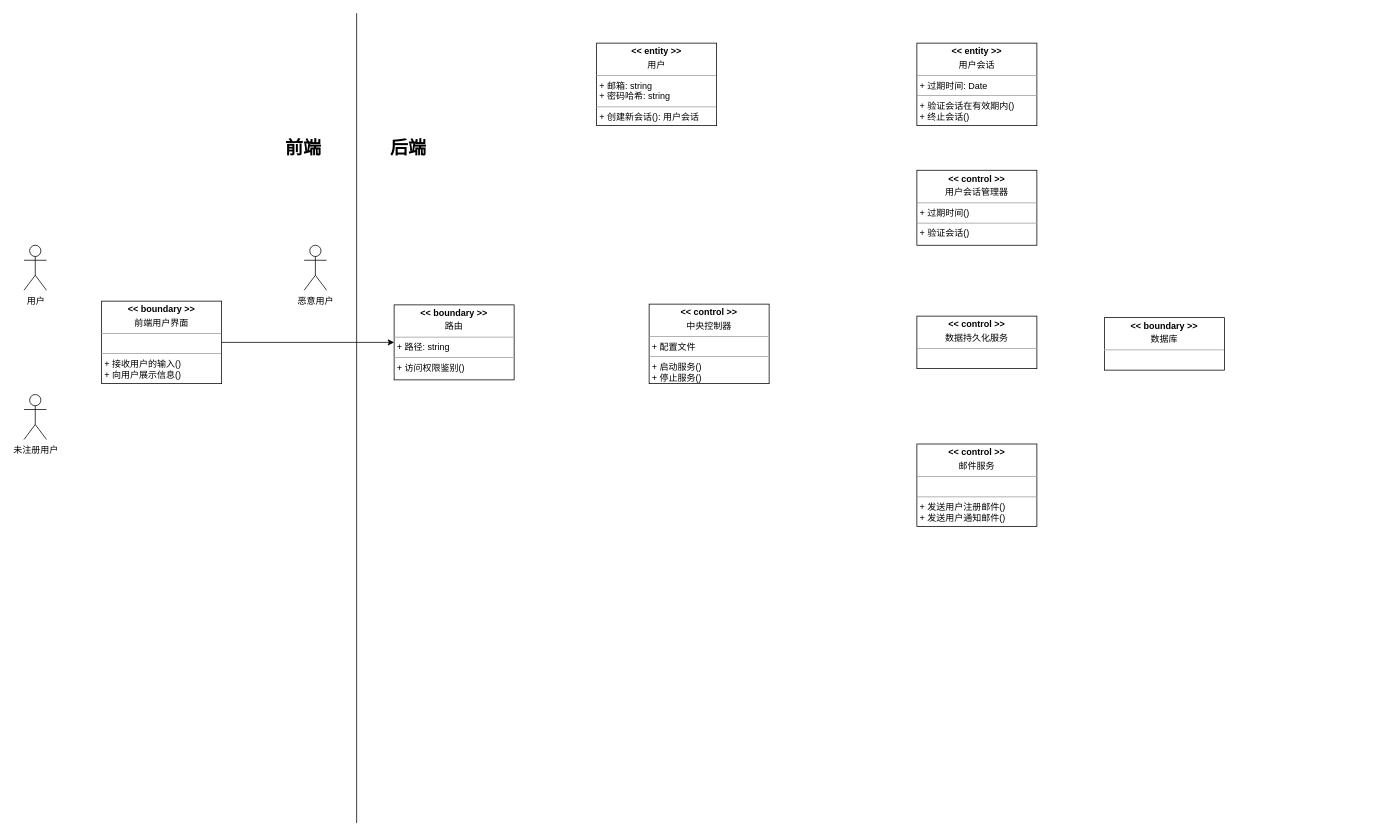
Earlier version of the draw.io diagram page "类图" (3 of 4) of 需求分析文档/UML图.drawio (super-dash/paperstack-design). Source tidied: cells renumbered, new cells numbered last; positions are measured from the earlier drawing's top-left corner, leaving out a move shared by most shapes. Both pictures are drawn from the tidied source at 75%, with x=0, y=0 at pixel (23, 13).
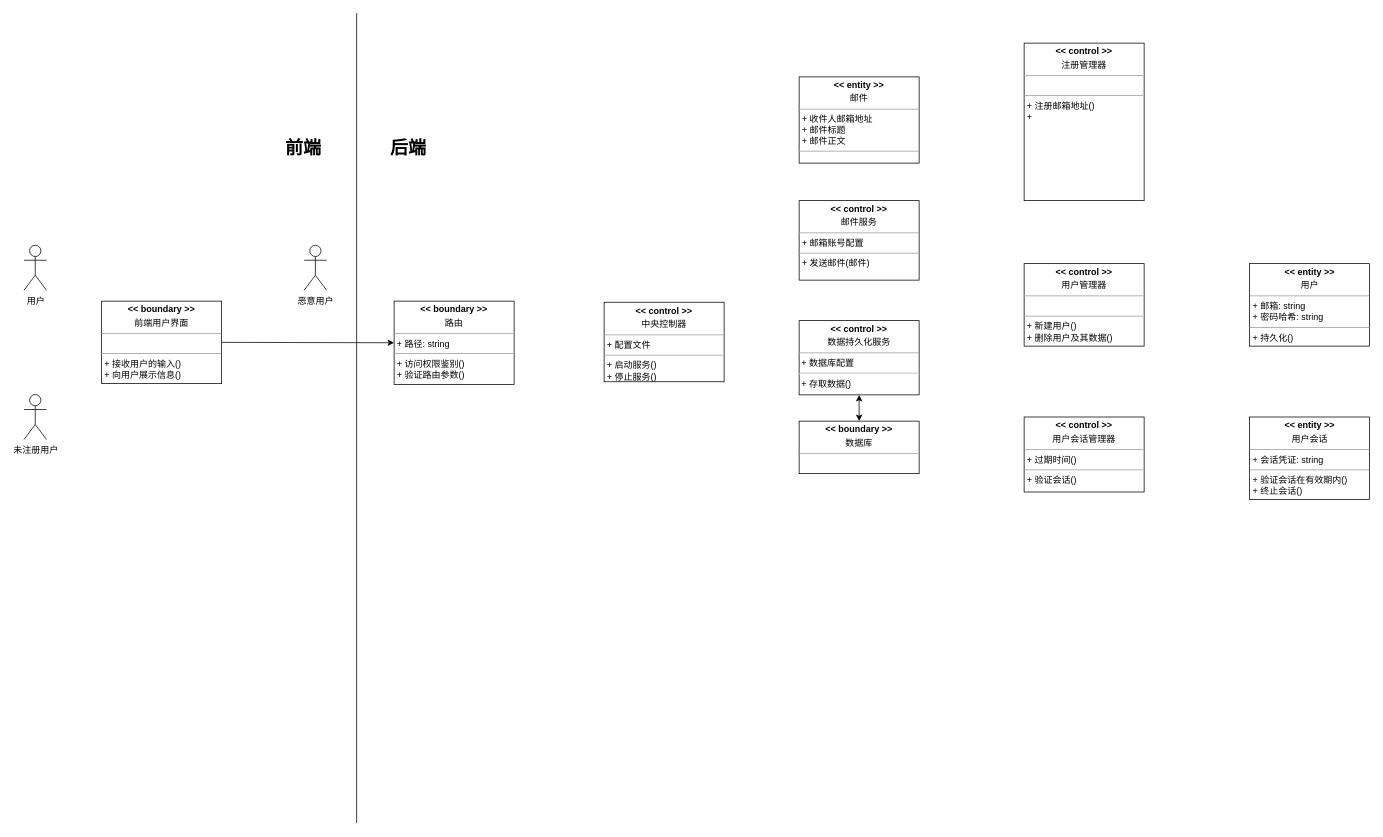
The same page after the edit.

The change refers to these unchanged cells:
```xml
<mxCell id="7" value="&lt;p style=&quot;margin: 0px ; margin-top: 4px ; text-align: center&quot;&gt;&lt;b&gt;&amp;lt;&amp;lt; boundary &amp;gt;&amp;gt;&lt;/b&gt;&lt;/p&gt;&lt;p style=&quot;margin: 0px ; margin-top: 4px ; text-align: center&quot;&gt;前端用户界面&lt;/p&gt;&lt;hr size=&quot;1&quot;&gt;&lt;p style=&quot;margin: 0px ; margin-left: 4px&quot;&gt;&lt;br&gt;&lt;/p&gt;&lt;hr size=&quot;1&quot;&gt;&lt;p style=&quot;margin: 0px ; margin-left: 4px&quot;&gt;+ 接收用户的输入()&lt;/p&gt;&lt;p style=&quot;margin: 0px ; margin-left: 4px&quot;&gt;+ 向用户展示信息()&lt;/p&gt;" style="verticalAlign=top;align=left;overflow=fill;fontSize=12;fontFamily=Helvetica;html=1;" parent="1" vertex="1">
  <mxGeometry x="104" y="384" width="160" height="110" as="geometry" />
</mxCell>
```

Change to the diagram source:
```diff
@@
-    <mxCell id="2" value="&lt;p style=&quot;margin: 0px ; margin-top: 4px ; text-align: center&quot;&gt;&lt;b&gt;&amp;lt;&amp;lt; entity &amp;gt;&amp;gt;&lt;/b&gt;&lt;/p&gt;&lt;p style=&quot;margin: 0px ; margin-top: 4px ; text-align: center&quot;&gt;用户&lt;/p&gt;&lt;hr size=&quot;1&quot;&gt;&lt;p style=&quot;margin: 0px ; margin-left: 4px&quot;&gt;+ 邮箱: string&lt;/p&gt;&lt;p style=&quot;margin: 0px ; margin-left: 4px&quot;&gt;+ 密码哈希: string&lt;/p&gt;&lt;hr size=&quot;1&quot;&gt;&lt;p style=&quot;margin: 0px ; margin-left: 4px&quot;&gt;+ 创建新会话(): 用户会话&lt;/p&gt;" style="verticalAlign=top;align=left;overflow=fill;fontSize=12;fontFamily=Helvetica;html=1;" parent="1" vertex="1">
-      <mxGeometry x="764" y="40" width="160" height="110" as="geometry" />
+    <mxCell id="2" value="&lt;p style=&quot;margin: 0px ; margin-top: 4px ; text-align: center&quot;&gt;&lt;b&gt;&amp;lt;&amp;lt; entity &amp;gt;&amp;gt;&lt;/b&gt;&lt;/p&gt;&lt;p style=&quot;margin: 0px ; margin-top: 4px ; text-align: center&quot;&gt;用户&lt;/p&gt;&lt;hr size=&quot;1&quot;&gt;&lt;p style=&quot;margin: 0px ; margin-left: 4px&quot;&gt;+ 邮箱: string&lt;/p&gt;&lt;p style=&quot;margin: 0px ; margin-left: 4px&quot;&gt;+ 密码哈希: string&lt;/p&gt;&lt;hr size=&quot;1&quot;&gt;&lt;p style=&quot;margin: 0px ; margin-left: 4px&quot;&gt;+ 持久化()&lt;/p&gt;" style="verticalAlign=top;align=left;overflow=fill;fontSize=12;fontFamily=Helvetica;html=1;" parent="1" vertex="1">
+      <mxGeometry x="1634.5" y="334" width="160" height="110" as="geometry" />
     </mxCell>
@@
-    <mxCell id="4" value="&lt;p style=&quot;margin: 0px ; margin-top: 4px ; text-align: center&quot;&gt;&lt;b&gt;&amp;lt;&amp;lt; boundary &amp;gt;&amp;gt;&lt;/b&gt;&lt;/p&gt;&lt;p style=&quot;margin: 0px ; margin-top: 4px ; text-align: center&quot;&gt;路由&lt;/p&gt;&lt;hr size=&quot;1&quot;&gt;&lt;p style=&quot;margin: 0px ; margin-left: 4px&quot;&gt;+ 路径: string&lt;/p&gt;&lt;hr size=&quot;1&quot;&gt;&lt;p style=&quot;margin: 0px ; margin-left: 4px&quot;&gt;+ 访问权限鉴别()&lt;/p&gt;" style="verticalAlign=top;align=left;overflow=fill;fontSize=12;fontFamily=Helvetica;html=1;" parent="1" vertex="1">
-      <mxGeometry x="494" y="389" width="160" height="100" as="geometry" />
+    <mxCell id="4" value="&lt;p style=&quot;margin: 0px ; margin-top: 4px ; text-align: center&quot;&gt;&lt;b&gt;&amp;lt;&amp;lt; boundary &amp;gt;&amp;gt;&lt;/b&gt;&lt;/p&gt;&lt;p style=&quot;margin: 0px ; margin-top: 4px ; text-align: center&quot;&gt;路由&lt;/p&gt;&lt;hr size=&quot;1&quot;&gt;&lt;p style=&quot;margin: 0px ; margin-left: 4px&quot;&gt;+ 路径: string&lt;/p&gt;&lt;hr size=&quot;1&quot;&gt;&lt;p style=&quot;margin: 0px ; margin-left: 4px&quot;&gt;&lt;span&gt;+ 访问权限鉴别(&lt;/span&gt;&lt;span&gt;)&lt;/span&gt;&lt;/p&gt;&lt;p style=&quot;margin: 0px ; margin-left: 4px&quot;&gt;&lt;span&gt;+ 验证路由参数()&lt;/span&gt;&lt;/p&gt;" style="verticalAlign=top;align=left;overflow=fill;fontSize=12;fontFamily=Helvetica;html=1;" parent="1" vertex="1">
+      <mxGeometry x="494" y="384" width="160" height="111" as="geometry" />
     </mxCell>
+    <mxCell id="18" style="edgeStyle=orthogonalEdgeStyle;rounded=0;jettySize=auto;html=1;exitX=0.5;exitY=1;exitDx=0;exitDy=0;entryX=0.5;entryY=0;entryDx=0;entryDy=0;startArrow=classic;startFill=1;" parent="1" edge="1" source="5" target="13">
+      <mxGeometry relative="1" as="geometry" />
+    </mxCell>
-    <mxCell id="5" value="&lt;p style=&quot;margin: 0px ; margin-top: 4px ; text-align: center&quot;&gt;&lt;b&gt;&amp;lt;&amp;lt; control &amp;gt;&amp;gt;&lt;/b&gt;&lt;/p&gt;&lt;p style=&quot;margin: 0px ; margin-top: 4px ; text-align: center&quot;&gt;数据持久化服务&lt;/p&gt;&lt;hr size=&quot;1&quot;&gt;&lt;p style=&quot;margin: 0px ; margin-left: 4px&quot;&gt;&lt;br&gt;&lt;/p&gt;" style="verticalAlign=top;align=left;overflow=fill;fontSize=12;fontFamily=Helvetica;html=1;" parent="1" vertex="1">
-      <mxGeometry x="1191" y="404" width="160" height="70" as="geometry" />
+    <mxCell id="5" value="&lt;p style=&quot;margin: 0px ; margin-top: 4px ; text-align: center&quot;&gt;&lt;b&gt;&amp;lt;&amp;lt; control &amp;gt;&amp;gt;&lt;/b&gt;&lt;/p&gt;&lt;p style=&quot;margin: 0px ; margin-top: 4px ; text-align: center&quot;&gt;数据持久化服务&lt;/p&gt;&lt;hr size=&quot;1&quot;&gt;&amp;nbsp;+ 数据库配置&lt;br&gt;&lt;hr&gt;&amp;nbsp;+ 存取数据()" style="verticalAlign=top;align=left;overflow=fill;fontSize=12;fontFamily=Helvetica;html=1;" parent="1" vertex="1">
+      <mxGeometry x="1034" y="410" width="160" height="99" as="geometry" />
     </mxCell>
@@
-    <mxCell id="11" style="endArrow=classic;html=1;entryX=0;entryY=0.5;entryDx=0;entryDy=0;exitX=1;exitY=0.5;exitDx=0;exitDy=0;" parent="1" edge="1" source="7" target="4">
+    <mxCell id="11" style="endArrow=classic;html=1;exitX=1;exitY=0.5;exitDx=0;exitDy=0;entryX=0;entryY=0.5;entryDx=0;entryDy=0;" parent="1" edge="1" source="7" target="4">
       <mxGeometry relative="1" as="geometry" />
     </mxCell>
-    <mxCell id="12" value="&lt;p style=&quot;margin: 0px ; margin-top: 4px ; text-align: center&quot;&gt;&lt;b&gt;&amp;lt;&amp;lt; control &amp;gt;&amp;gt;&lt;/b&gt;&lt;/p&gt;&lt;p style=&quot;margin: 0px ; margin-top: 4px ; text-align: center&quot;&gt;邮件服务&lt;/p&gt;&lt;hr size=&quot;1&quot;&gt;&lt;br&gt;&lt;p style=&quot;margin: 0px ; margin-left: 4px&quot;&gt;&lt;/p&gt;&lt;hr size=&quot;1&quot;&gt;&lt;p style=&quot;margin: 0px ; margin-left: 4px&quot;&gt;+ 发送用户注册邮件()&lt;/p&gt;&lt;p style=&quot;margin: 0px ; margin-left: 4px&quot;&gt;+ 发送用户通知邮件()&lt;/p&gt;" style="verticalAlign=top;align=left;overflow=fill;fontSize=12;fontFamily=Helvetica;html=1;" parent="1" vertex="1">
-      <mxGeometry x="1191" y="574.5" width="160" height="110" as="geometry" />
-    </mxCell>
     <mxCell id="13" value="&lt;p style=&quot;margin: 0px ; margin-top: 4px ; text-align: center&quot;&gt;&lt;b&gt;&amp;lt;&amp;lt; boundary &amp;gt;&amp;gt;&lt;/b&gt;&lt;/p&gt;&lt;p style=&quot;margin: 0px ; margin-top: 4px ; text-align: center&quot;&gt;数据库&lt;/p&gt;&lt;hr size=&quot;1&quot;&gt;&lt;p style=&quot;margin: 0px ; margin-left: 4px&quot;&gt;&lt;br&gt;&lt;/p&gt;" style="verticalAlign=top;align=left;overflow=fill;fontSize=12;fontFamily=Helvetica;html=1;" parent="1" vertex="1">
-      <mxGeometry x="1441" y="406" width="160" height="70" as="geometry" />
+      <mxGeometry x="1034" y="544" width="160" height="70" as="geometry" />
     </mxCell>
@@
     <mxCell id="15" value="&lt;p style=&quot;margin: 0px ; margin-top: 4px ; text-align: center&quot;&gt;&lt;b&gt;&amp;lt;&amp;lt; control &amp;gt;&amp;gt;&lt;/b&gt;&lt;/p&gt;&lt;p style=&quot;margin: 0px ; margin-top: 4px ; text-align: center&quot;&gt;中央控制器&lt;/p&gt;&lt;hr size=&quot;1&quot;&gt;&lt;p style=&quot;margin: 0px ; margin-left: 4px&quot;&gt;+ 配置文件&lt;/p&gt;&lt;hr size=&quot;1&quot;&gt;&lt;p style=&quot;margin: 0px ; margin-left: 4px&quot;&gt;+ 启动服务()&lt;/p&gt;&lt;p style=&quot;margin: 0px ; margin-left: 4px&quot;&gt;+ 停止服务()&lt;/p&gt;" style="verticalAlign=top;align=left;overflow=fill;fontSize=12;fontFamily=Helvetica;html=1;" parent="1" vertex="1">
-      <mxGeometry x="834" y="388" width="160" height="106" as="geometry" />
+      <mxGeometry x="774" y="385.5" width="160" height="106" as="geometry" />
     </mxCell>
-    <mxCell id="16" value="&lt;p style=&quot;margin: 0px ; margin-top: 4px ; text-align: center&quot;&gt;&lt;b&gt;&amp;lt;&amp;lt; entity &amp;gt;&amp;gt;&lt;/b&gt;&lt;/p&gt;&lt;p style=&quot;margin: 0px ; margin-top: 4px ; text-align: center&quot;&gt;用户会话&lt;/p&gt;&lt;hr size=&quot;1&quot;&gt;&lt;p style=&quot;margin: 0px ; margin-left: 4px&quot;&gt;+ 过期时间: Date&lt;br&gt;&lt;/p&gt;&lt;hr size=&quot;1&quot;&gt;&lt;p style=&quot;margin: 0px ; margin-left: 4px&quot;&gt;+ 验证会话在有效期内()&lt;/p&gt;&lt;p style=&quot;margin: 0px ; margin-left: 4px&quot;&gt;+ 终止会话()&lt;/p&gt;" style="verticalAlign=top;align=left;overflow=fill;fontSize=12;fontFamily=Helvetica;html=1;" parent="1" vertex="1">
-      <mxGeometry x="1191" y="40" width="160" height="110" as="geometry" />
+    <mxCell id="16" value="&lt;p style=&quot;margin: 0px ; margin-top: 4px ; text-align: center&quot;&gt;&lt;b&gt;&amp;lt;&amp;lt; entity &amp;gt;&amp;gt;&lt;/b&gt;&lt;/p&gt;&lt;p style=&quot;margin: 0px ; margin-top: 4px ; text-align: center&quot;&gt;用户会话&lt;/p&gt;&lt;hr size=&quot;1&quot;&gt;&lt;p style=&quot;margin: 0px ; margin-left: 4px&quot;&gt;+ 会话凭证: string&lt;br&gt;&lt;/p&gt;&lt;hr size=&quot;1&quot;&gt;&lt;p style=&quot;margin: 0px ; margin-left: 4px&quot;&gt;+ 验证会话在有效期内()&lt;/p&gt;&lt;p style=&quot;margin: 0px ; margin-left: 4px&quot;&gt;+ 终止会话()&lt;/p&gt;" style="verticalAlign=top;align=left;overflow=fill;fontSize=12;fontFamily=Helvetica;html=1;" parent="1" vertex="1">
+      <mxGeometry x="1634.5" y="538.5" width="160" height="110" as="geometry" />
     </mxCell>
     <mxCell id="17" value="&lt;p style=&quot;margin: 0px ; margin-top: 4px ; text-align: center&quot;&gt;&lt;b&gt;&amp;lt;&amp;lt; control &amp;gt;&amp;gt;&lt;/b&gt;&lt;/p&gt;&lt;p style=&quot;margin: 0px ; margin-top: 4px ; text-align: center&quot;&gt;用户会话管理器&lt;/p&gt;&lt;hr size=&quot;1&quot;&gt;&lt;p style=&quot;margin: 0px ; margin-left: 4px&quot;&gt;+ 过期时间()&lt;br&gt;&lt;/p&gt;&lt;hr size=&quot;1&quot;&gt;&lt;p style=&quot;margin: 0px ; margin-left: 4px&quot;&gt;&lt;span&gt;+ 验证会话()&lt;/span&gt;&lt;br&gt;&lt;/p&gt;" style="verticalAlign=top;align=left;overflow=fill;fontSize=12;fontFamily=Helvetica;html=1;" parent="1" vertex="1">
-      <mxGeometry x="1191" y="209.5" width="160" height="100" as="geometry" />
+      <mxGeometry x="1334" y="538.5" width="160" height="100" as="geometry" />
     </mxCell>
+    <mxCell id="19" value="&lt;p style=&quot;margin: 0px ; margin-top: 4px ; text-align: center&quot;&gt;&lt;b&gt;&amp;lt;&amp;lt; control &amp;gt;&amp;gt;&lt;/b&gt;&lt;/p&gt;&lt;p style=&quot;margin: 0px ; margin-top: 4px ; text-align: center&quot;&gt;用户管理器&lt;/p&gt;&lt;hr size=&quot;1&quot;&gt;&lt;p style=&quot;margin: 0px ; margin-left: 4px&quot;&gt;&lt;br&gt;&lt;/p&gt;&lt;hr size=&quot;1&quot;&gt;&lt;p style=&quot;margin: 0px ; margin-left: 4px&quot;&gt;&lt;span&gt;+ 新建用户()&lt;/span&gt;&lt;br&gt;&lt;/p&gt;&lt;p style=&quot;margin: 0px ; margin-left: 4px&quot;&gt;&lt;span&gt;+ 删除用户及其数据()&lt;/span&gt;&lt;/p&gt;" style="verticalAlign=top;align=left;overflow=fill;fontSize=12;fontFamily=Helvetica;html=1;" parent="1" vertex="1">
+      <mxGeometry x="1334" y="334" width="160" height="110" as="geometry" />
+    </mxCell>
+    <mxCell id="20" value="&lt;p style=&quot;margin: 0px ; margin-top: 4px ; text-align: center&quot;&gt;&lt;b&gt;&amp;lt;&amp;lt; control &amp;gt;&amp;gt;&lt;/b&gt;&lt;/p&gt;&lt;p style=&quot;margin: 0px ; margin-top: 4px ; text-align: center&quot;&gt;邮件服务&lt;/p&gt;&lt;hr size=&quot;1&quot;&gt;&lt;p style=&quot;margin: 0px ; margin-left: 4px&quot;&gt;+ 邮箱账号配置&lt;/p&gt;&lt;hr size=&quot;1&quot;&gt;&lt;p style=&quot;margin: 0px ; margin-left: 4px&quot;&gt;+ 发送邮件(邮件)&lt;/p&gt;" style="verticalAlign=top;align=left;overflow=fill;fontSize=12;fontFamily=Helvetica;html=1;" parent="1" vertex="1">
+      <mxGeometry x="1034" y="250" width="160" height="106" as="geometry" />
+    </mxCell>
+    <mxCell id="21" value="&lt;p style=&quot;margin: 0px ; margin-top: 4px ; text-align: center&quot;&gt;&lt;b&gt;&amp;lt;&amp;lt; entity &amp;gt;&amp;gt;&lt;/b&gt;&lt;/p&gt;&lt;p style=&quot;margin: 0px ; margin-top: 4px ; text-align: center&quot;&gt;邮件&lt;/p&gt;&lt;hr size=&quot;1&quot;&gt;&lt;p style=&quot;margin: 0px ; margin-left: 4px&quot;&gt;+ 收件人邮箱地址&lt;/p&gt;&lt;p style=&quot;margin: 0px ; margin-left: 4px&quot;&gt;+ 邮件标题&lt;/p&gt;&lt;p style=&quot;margin: 0px ; margin-left: 4px&quot;&gt;+ 邮件正文&lt;/p&gt;&lt;hr size=&quot;1&quot;&gt;&lt;p style=&quot;margin: 0px ; margin-left: 4px&quot;&gt;&lt;br&gt;&lt;/p&gt;" style="verticalAlign=top;align=left;overflow=fill;fontSize=12;fontFamily=Helvetica;html=1;" parent="1" vertex="1">
+      <mxGeometry x="1034" y="85" width="160" height="115" as="geometry" />
+    </mxCell>
+    <mxCell id="22" value="&lt;p style=&quot;margin: 0px ; margin-top: 4px ; text-align: center&quot;&gt;&lt;b&gt;&amp;lt;&amp;lt; control &amp;gt;&amp;gt;&lt;/b&gt;&lt;/p&gt;&lt;p style=&quot;margin: 0px ; margin-top: 4px ; text-align: center&quot;&gt;注册管理器&lt;/p&gt;&lt;hr size=&quot;1&quot;&gt;&lt;p style=&quot;margin: 0px ; margin-left: 4px&quot;&gt;&lt;br&gt;&lt;/p&gt;&lt;hr size=&quot;1&quot;&gt;&lt;p style=&quot;margin: 0px ; margin-left: 4px&quot;&gt;&lt;span&gt;+ 注册邮箱地址()&lt;/span&gt;&lt;br&gt;&lt;/p&gt;&lt;p style=&quot;margin: 0px ; margin-left: 4px&quot;&gt;&lt;span&gt;+&amp;nbsp;&lt;/span&gt;&lt;/p&gt;" style="verticalAlign=top;align=left;overflow=fill;fontSize=12;fontFamily=Helvetica;html=1;" parent="1" vertex="1">
+      <mxGeometry x="1334" y="40" width="160" height="210" as="geometry" />
+    </mxCell>
```
